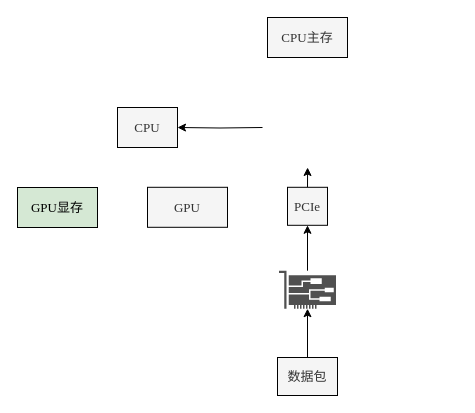
CHRIS123540/CHRIS123540 keeps this draw.io diagram as page "传输优化" (32 of 32) of Bakery.drawio. Above is the earlier version. Source tidied: cells renumbered, new cells numbered last; positions are measured from the earlier drawing's top-left corner, leaving out a move shared by most shapes. Both pictures are drawn from the tidied source at 100%, with x=0, y=0 at pixel (17, 17).
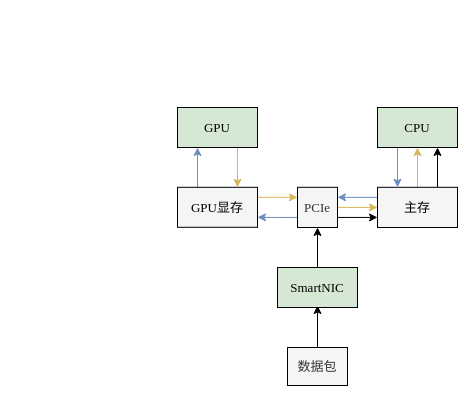
After the change.

The edit, as a diff of the source:
```diff
@@
-    <mxCell id="2" style="edgeStyle=orthogonalEdgeStyle;rounded=0;jettySize=auto;html=1;" parent="1" edge="1" source="3" target="8">
+    <mxCell id="2" style="edgeStyle=orthogonalEdgeStyle;rounded=0;jettySize=auto;html=1;fontFamily=Times New Roman;fontSize=13;fontStyle=0;exitX=0.5;exitY=0;exitDx=0;exitDy=0;" parent="1" edge="1" source="23" target="8">
       <mxGeometry relative="1" as="geometry" />
     </mxCell>
-    <mxCell id="3" style="sketch=0;shadow=0;dashed=0;html=1;strokeColor=none;fillColor=#505050;labelPosition=center;verticalLabelPosition=bottom;verticalAlign=top;outlineConnect=0;align=center;shape=mxgraph.office.devices.nic;fontFamily=Times New Roman;fontSize=13;" parent="1" vertex="1">
-      <mxGeometry x="261.5" y="253.2" width="57" height="38" as="geometry" />
-    </mxCell>
-    <mxCell id="4" style="edgeStyle=orthogonalEdgeStyle;rounded=0;jettySize=auto;html=1;entryX=1;entryY=0.5;entryDx=0;entryDy=0;" parent="1" edge="1" target="9">
-      <mxGeometry relative="1" as="geometry">
-        <mxPoint x="245" y="110" as="sourcePoint" />
-      </mxGeometry>
-    </mxCell>
+    <mxCell id="13" style="edgeStyle=orthogonalEdgeStyle;rounded=0;jettySize=auto;html=1;exitX=0.25;exitY=0;exitDx=0;exitDy=0;entryX=0.25;entryY=1;entryDx=0;entryDy=0;fillColor=#dae8fc;strokeColor=#6c8ebf;fontFamily=Times New Roman;fontSize=13;fontStyle=0;" parent="1" edge="1" source="5" target="6">
+      <mxGeometry relative="1" as="geometry" />
+    </mxCell>
+    <mxCell id="14" style="edgeStyle=orthogonalEdgeStyle;rounded=0;jettySize=auto;html=1;exitX=1;exitY=0.25;exitDx=0;exitDy=0;entryX=0;entryY=0.25;entryDx=0;entryDy=0;fillColor=#fff2cc;strokeColor=#d6b656;fontFamily=Times New Roman;fontSize=13;fontStyle=0;" parent="1" edge="1" source="5" target="8">
+      <mxGeometry relative="1" as="geometry" />
+    </mxCell>
-    <mxCell id="5" value="GPU" style="rounded=0;whiteSpace=wrap;html=1;fillColor=#f5f5f5;fontColor=#333333;strokeColor=#000000;fontFamily=Times New Roman;fontSize=13;" parent="1" vertex="1">
-      <mxGeometry x="130" y="169.8" width="80" height="40" as="geometry" />
+    <mxCell id="5" value="&lt;span style=&quot;color: rgb(0, 0, 0);&quot;&gt;GPU显存&lt;/span&gt;" style="rounded=0;whiteSpace=wrap;html=1;fillColor=#f5f5f5;fontColor=#333333;strokeColor=#000000;fontFamily=Times New Roman;fontSize=13;fontStyle=0;" parent="1" vertex="1">
+      <mxGeometry x="160" y="169.8" width="80" height="40" as="geometry" />
     </mxCell>
+    <mxCell id="15" style="edgeStyle=orthogonalEdgeStyle;rounded=0;jettySize=auto;html=1;exitX=0.75;exitY=1;exitDx=0;exitDy=0;entryX=0.75;entryY=0;entryDx=0;entryDy=0;fillColor=#fff2cc;strokeColor=#d6b656;fontFamily=Times New Roman;fontSize=13;fontStyle=0;" parent="1" edge="1" source="6" target="5">
+      <mxGeometry relative="1" as="geometry" />
+    </mxCell>
-    <mxCell id="6" value="GPU显存" style="rounded=0;whiteSpace=wrap;html=1;fillColor=#d5e8d4;strokeColor=#000000;fontFamily=Times New Roman;fontSize=13;" parent="1" vertex="1">
-      <mxGeometry y="170" width="80" height="40" as="geometry" />
+    <mxCell id="6" value="GPU" style="rounded=0;whiteSpace=wrap;html=1;fillColor=#d5e8d4;strokeColor=#000000;fontFamily=Times New Roman;fontSize=13;fontStyle=0;" parent="1" vertex="1">
+      <mxGeometry x="160" y="90" width="80" height="40" as="geometry" />
     </mxCell>
-    <mxCell id="7" style="edgeStyle=orthogonalEdgeStyle;rounded=0;jettySize=auto;html=1;exitX=0.5;exitY=0;exitDx=0;exitDy=0;" parent="1" edge="1" source="8">
-      <mxGeometry relative="1" as="geometry">
-        <mxPoint x="290.1" y="150" as="targetPoint" />
-      </mxGeometry>
-    </mxCell>
+    <mxCell id="16" style="edgeStyle=orthogonalEdgeStyle;rounded=0;jettySize=auto;html=1;exitX=1;exitY=0.75;exitDx=0;exitDy=0;entryX=0;entryY=0.75;entryDx=0;entryDy=0;fontFamily=Times New Roman;fontSize=13;fontStyle=0;" parent="1" edge="1" source="8" target="9">
+      <mxGeometry relative="1" as="geometry" />
+    </mxCell>
+    <mxCell id="17" style="edgeStyle=orthogonalEdgeStyle;rounded=0;jettySize=auto;html=1;exitX=0;exitY=0.75;exitDx=0;exitDy=0;entryX=1;entryY=0.75;entryDx=0;entryDy=0;fillColor=#dae8fc;strokeColor=#6c8ebf;fontFamily=Times New Roman;fontSize=13;fontStyle=0;" parent="1" edge="1" source="8" target="5">
+      <mxGeometry relative="1" as="geometry" />
+    </mxCell>
+    <mxCell id="18" style="edgeStyle=orthogonalEdgeStyle;rounded=0;jettySize=auto;html=1;exitX=1;exitY=0.5;exitDx=0;exitDy=0;entryX=0;entryY=0.5;entryDx=0;entryDy=0;fillColor=#fff2cc;strokeColor=#d6b656;fontFamily=Times New Roman;fontSize=13;fontStyle=0;" parent="1" edge="1" source="8" target="9">
+      <mxGeometry relative="1" as="geometry" />
+    </mxCell>
-    <mxCell id="8" value="PCIe" style="rounded=0;whiteSpace=wrap;html=1;fillColor=#f5f5f5;fontColor=#333333;strokeColor=#000000;fontFamily=Times New Roman;fontSize=13;" parent="1" vertex="1">
-      <mxGeometry x="270" y="169.8" width="40" height="38" as="geometry" />
+    <mxCell id="8" value="PCIe" style="rounded=0;whiteSpace=wrap;html=1;fillColor=#f5f5f5;fontColor=#333333;strokeColor=#000000;fontFamily=Times New Roman;fontSize=13;fontStyle=0;" parent="1" vertex="1">
+      <mxGeometry x="280" y="169.8" width="40" height="40.2" as="geometry" />
     </mxCell>
+    <mxCell id="19" style="edgeStyle=orthogonalEdgeStyle;rounded=0;jettySize=auto;html=1;exitX=0.75;exitY=0;exitDx=0;exitDy=0;entryX=0.75;entryY=1;entryDx=0;entryDy=0;fontFamily=Times New Roman;fontSize=13;fontStyle=0;" parent="1" edge="1" source="9" target="12">
+      <mxGeometry relative="1" as="geometry" />
+    </mxCell>
+    <mxCell id="20" style="edgeStyle=orthogonalEdgeStyle;rounded=0;jettySize=auto;html=1;exitX=0;exitY=0.25;exitDx=0;exitDy=0;entryX=1;entryY=0.25;entryDx=0;entryDy=0;fillColor=#dae8fc;strokeColor=#6c8ebf;fontFamily=Times New Roman;fontSize=13;fontStyle=0;" parent="1" edge="1" source="9" target="8">
+      <mxGeometry relative="1" as="geometry" />
+    </mxCell>
+    <mxCell id="21" style="edgeStyle=orthogonalEdgeStyle;rounded=0;jettySize=auto;html=1;exitX=0.5;exitY=0;exitDx=0;exitDy=0;entryX=0.5;entryY=1;entryDx=0;entryDy=0;fillColor=#fff2cc;strokeColor=#d6b656;" parent="1" edge="1" source="9" target="12">
+      <mxGeometry relative="1" as="geometry" />
+    </mxCell>
-    <mxCell id="9" value="CPU" style="rounded=0;whiteSpace=wrap;html=1;fillColor=#f5f5f5;fontColor=#333333;strokeColor=#000000;fontFamily=Times New Roman;fontSize=13;" parent="1" vertex="1">
-      <mxGeometry x="100" y="90" width="60" height="40" as="geometry" />
+    <mxCell id="9" value="&lt;span style=&quot;color: rgb(0, 0, 0);&quot;&gt;主存&lt;/span&gt;" style="rounded=0;whiteSpace=wrap;html=1;fillColor=#f5f5f5;fontColor=#333333;strokeColor=#000000;fontFamily=Times New Roman;fontSize=13;fontStyle=0;" parent="1" vertex="1">
+      <mxGeometry x="360" y="169.8" width="80" height="40.2" as="geometry" />
     </mxCell>
-    <mxCell id="10" style="edgeStyle=orthogonalEdgeStyle;rounded=0;jettySize=auto;html=1;" parent="1" edge="1" source="11" target="3">
-      <mxGeometry relative="1" as="geometry" />
+    <mxCell id="10" style="edgeStyle=orthogonalEdgeStyle;rounded=0;jettySize=auto;html=1;fontFamily=Times New Roman;fontSize=13;fontStyle=0;" parent="1" edge="1" source="11">
+      <mxGeometry relative="1" as="geometry">
+        <mxPoint x="300" y="288" as="targetPoint" />
+      </mxGeometry>
     </mxCell>
-    <mxCell id="11" value="数据包" style="rounded=0;whiteSpace=wrap;html=1;fillColor=#f5f5f5;fontColor=#333333;strokeColor=#000000;fontFamily=Times New Roman;fontSize=13;" parent="1" vertex="1">
-      <mxGeometry x="260" y="340" width="60" height="38" as="geometry" />
+    <mxCell id="11" value="数据包" style="rounded=0;whiteSpace=wrap;html=1;fillColor=#f5f5f5;fontColor=#333333;strokeColor=#000000;fontFamily=Times New Roman;fontSize=13;fontStyle=0;" parent="1" vertex="1">
+      <mxGeometry x="270" y="330" width="60" height="38" as="geometry" />
     </mxCell>
+    <mxCell id="22" style="edgeStyle=orthogonalEdgeStyle;rounded=0;jettySize=auto;html=1;exitX=0.25;exitY=1;exitDx=0;exitDy=0;entryX=0.25;entryY=0;entryDx=0;entryDy=0;fillColor=#dae8fc;strokeColor=#6c8ebf;fontFamily=Times New Roman;fontSize=13;fontStyle=0;" parent="1" edge="1" source="12" target="9">
+      <mxGeometry relative="1" as="geometry" />
+    </mxCell>
-    <mxCell id="12" value="CPU主存" style="rounded=0;whiteSpace=wrap;html=1;fillColor=#f5f5f5;fontColor=#333333;strokeColor=#000000;fontFamily=Times New Roman;fontSize=13;" parent="1" vertex="1">
-      <mxGeometry x="250" width="80" height="40" as="geometry" />
+    <mxCell id="12" value="CPU" style="rounded=0;whiteSpace=wrap;html=1;fillColor=#d5e8d4;strokeColor=default;fontFamily=Times New Roman;fontSize=13;fontStyle=0;" parent="1" vertex="1">
+      <mxGeometry x="360" y="90" width="80" height="40" as="geometry" />
     </mxCell>
+    <mxCell id="23" value="SmartNIC" style="rounded=0;whiteSpace=wrap;html=1;fillColor=#d5e8d4;strokeColor=default;fontFamily=Times New Roman;fontSize=13;fontStyle=0;" parent="1" vertex="1">
+      <mxGeometry x="260" y="250" width="80" height="40" as="geometry" />
+    </mxCell>
```
